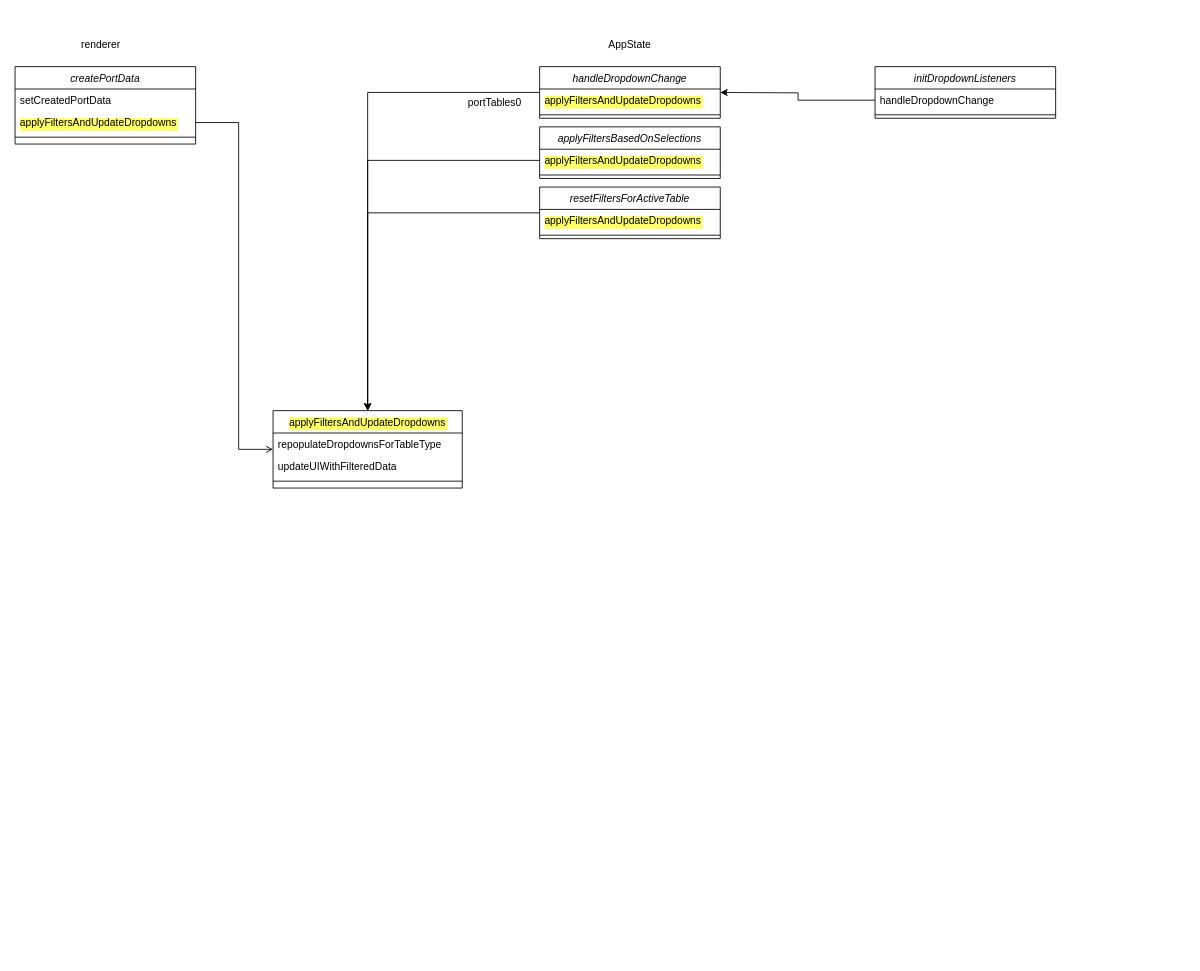
Above: images/Unbenanntes Diagramm.drawio in ORE01/Dashboard (draw.io), before the change. Source tidied: cells renumbered, new cells numbered last; positions are measured from the earlier drawing's top-left corner, leaving out a move shared by most shapes. Both pictures are drawn from the tidied source at 86%, with x=0, y=0 at pixel (15, 32).
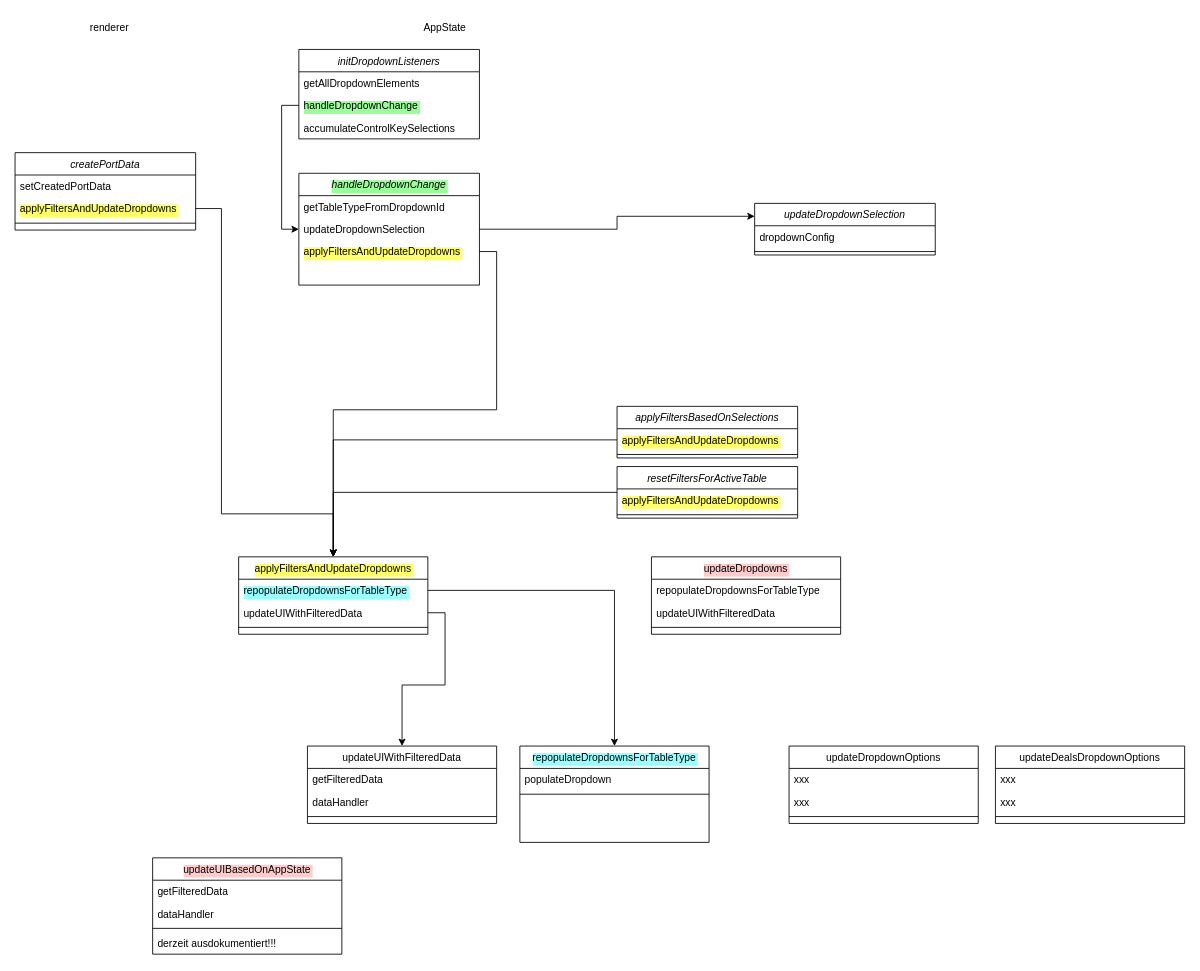
The same page after the edit.

The change refers to these unchanged cells:
```xml
<mxCell id="4" value="applyFiltersAndUpdateDropdowns" style="text;align=left;verticalAlign=top;spacingLeft=4;spacingRight=4;overflow=hidden;points=[[0,0.5],[1,0.5]];portConstraint=eastwest;rounded=0;shadow=0;html=0;labelBackgroundColor=#FFFF66;" parent="2" vertex="1">
  <mxGeometry y="52" width="210" height="26" as="geometry" />
</mxCell>
<mxCell id="8" value="updateUIWithFilteredData" style="text;align=left;verticalAlign=top;spacingLeft=4;spacingRight=4;overflow=hidden;points=[[0,0.5],[1,0.5]];portConstraint=eastwest;rounded=0;shadow=0;html=0;" parent="6" vertex="1">
  <mxGeometry y="52" width="220" height="26" as="geometry" />
</mxCell>
```

What changed in the source:
```diff
@@
     <mxCell id="2" value="createPortData" style="swimlane;fontStyle=2;align=center;verticalAlign=top;horizontal=1;startSize=26;rounded=0;shadow=0;strokeWidth=1;" parent="1" vertex="1">
-      <mxGeometry y="40" width="210" height="90" as="geometry" />
+      <mxGeometry y="140" width="210" height="90" as="geometry" />
     </mxCell>
@@
     <mxCell id="6" value="applyFiltersAndUpdateDropdowns" style="swimlane;fontStyle=0;align=center;verticalAlign=top;horizontal=1;startSize=26;rounded=0;shadow=0;strokeWidth=1;labelBackgroundColor=#FFFF66;" parent="1" vertex="1">
-      <mxGeometry x="300" y="440" width="220" height="90" as="geometry" />
+      <mxGeometry x="260" y="610" width="220" height="90" as="geometry" />
     </mxCell>
-    <mxCell id="7" value="repopulateDropdownsForTableType" style="text;align=left;verticalAlign=top;spacingLeft=4;spacingRight=4;overflow=hidden;points=[[0,0.5],[1,0.5]];portConstraint=eastwest;" parent="6" vertex="1">
+    <mxCell id="7" value="repopulateDropdownsForTableType" style="text;align=left;verticalAlign=top;spacingLeft=4;spacingRight=4;overflow=hidden;points=[[0,0.5],[1,0.5]];portConstraint=eastwest;labelBackgroundColor=#99FFFF;" parent="6" vertex="1">
       <mxGeometry y="26" width="220" height="26" as="geometry" />
     </mxCell>
@@
-    <mxCell id="10" style="endArrow=open;shadow=0;strokeWidth=1;rounded=0;curved=0;endFill=1;edgeStyle=elbowEdgeStyle;elbow=horizontal;entryX=0;entryY=0.5;entryDx=0;entryDy=0;" parent="1" edge="1" source="4" target="6">
-      <mxGeometry x="0.5" y="41" relative="1" as="geometry">
-        <Array as="points">
-          <mxPoint x="260" y="140" />
-        </Array>
-        <mxPoint x="-40" y="32" as="offset" />
-      </mxGeometry>
-    </mxCell>
-    <mxCell id="11" value="portTables0" style="align=right;verticalAlign=bottom;labelBackgroundColor=none;fontSize=12;" parent="10" vertex="1">
-      <mxGeometry x="1" relative="1" as="geometry">
-        <mxPoint x="290" y="-395" as="offset" />
-      </mxGeometry>
-    </mxCell>
-    <mxCell id="12" style="edgeStyle=orthogonalEdgeStyle;rounded=0;jettySize=auto;html=1;entryX=0.5;entryY=0;entryDx=0;entryDy=0;" parent="1" edge="1" source="13" target="6">
+    <mxCell id="12" style="edgeStyle=orthogonalEdgeStyle;rounded=0;jettySize=auto;html=1;entryX=0.5;entryY=0;entryDx=0;entryDy=0;exitX=1;exitY=0.5;exitDx=0;exitDy=0;" parent="1" edge="1" source="14" target="6">
       <mxGeometry relative="1" as="geometry" />
     </mxCell>
-    <mxCell id="13" value="handleDropdownChange" style="swimlane;fontStyle=2;align=center;verticalAlign=top;horizontal=1;startSize=26;rounded=0;shadow=0;strokeWidth=1;" parent="1" vertex="1">
-      <mxGeometry x="610" y="40" width="210" height="60" as="geometry" />
+    <mxCell id="13" value="handleDropdownChange" style="swimlane;fontStyle=2;align=center;verticalAlign=top;horizontal=1;startSize=26;rounded=0;shadow=0;strokeWidth=1;labelBackgroundColor=#99FF99;" parent="1" vertex="1">
+      <mxGeometry x="330" y="164" width="210" height="130" as="geometry" />
     </mxCell>
+    <mxCell id="30" value="getTableTypeFromDropdownId" style="text;align=left;verticalAlign=top;spacingLeft=4;spacingRight=4;overflow=hidden;labelBackgroundColor=none;" parent="13" vertex="1">
+      <mxGeometry y="26" width="210" height="26" as="geometry" />
+    </mxCell>
+    <mxCell id="31" value="updateDropdownSelection" style="text;align=left;verticalAlign=top;spacingLeft=4;spacingRight=4;overflow=hidden;points=[[0,0.5],[1,0.5]];portConstraint=eastwest;labelBackgroundColor=none;" parent="13" vertex="1">
+      <mxGeometry y="52" width="210" height="26" as="geometry" />
+    </mxCell>
     <mxCell id="14" value="applyFiltersAndUpdateDropdowns" style="text;align=left;verticalAlign=top;spacingLeft=4;spacingRight=4;overflow=hidden;points=[[0,0.5],[1,0.5]];portConstraint=eastwest;labelBackgroundColor=#FFFF66;" parent="13" vertex="1">
-      <mxGeometry y="26" width="210" height="26" as="geometry" />
+      <mxGeometry y="78" width="210" height="26" as="geometry" />
     </mxCell>
-    <mxCell id="15" style="line;html=1;strokeWidth=1;align=left;verticalAlign=middle;spacingTop=-1;spacingLeft=3;spacingRight=3;labelPosition=right;" parent="13" vertex="1">
-      <mxGeometry y="52" width="210" height="8" as="geometry" />
-    </mxCell>
     <mxCell id="16" value="applyFiltersBasedOnSelections" style="swimlane;fontStyle=2;align=center;verticalAlign=top;horizontal=1;startSize=26;rounded=0;shadow=0;strokeWidth=1;" parent="1" vertex="1">
-      <mxGeometry x="610" y="110" width="210" height="60" as="geometry" />
+      <mxGeometry x="700" y="435" width="210" height="60" as="geometry" />
     </mxCell>
@@
     <mxCell id="21" value="resetFiltersForActiveTable" style="swimlane;fontStyle=2;align=center;verticalAlign=top;horizontal=1;startSize=26;rounded=0;shadow=0;strokeWidth=1;" parent="1" vertex="1">
-      <mxGeometry x="610" y="180" width="210" height="60" as="geometry" />
+      <mxGeometry x="700" y="505" width="210" height="60" as="geometry" />
     </mxCell>
@@
     <mxCell id="24" value="renderer" style="text;strokeColor=none;align=center;fillColor=none;html=1;verticalAlign=middle;whiteSpace=wrap;rounded=0;" parent="1" vertex="1">
-      <mxGeometry x="70" width="60" height="30" as="geometry" />
+      <mxGeometry x="80" y="-20" width="60" height="30" as="geometry" />
     </mxCell>
     <mxCell id="25" value="AppState" style="text;strokeColor=none;align=center;fillColor=none;html=1;verticalAlign=middle;whiteSpace=wrap;rounded=0;" parent="1" vertex="1">
-      <mxGeometry x="685" width="60" height="30" as="geometry" />
+      <mxGeometry x="470" y="-20" width="60" height="30" as="geometry" />
     </mxCell>
     <mxCell id="26" value="initDropdownListeners" style="swimlane;fontStyle=2;align=center;verticalAlign=top;horizontal=1;startSize=26;rounded=0;shadow=0;strokeWidth=1;" parent="1" vertex="1">
-      <mxGeometry x="1000" y="40" width="210" height="60" as="geometry" />
+      <mxGeometry x="330" y="20" width="210" height="104" as="geometry" />
     </mxCell>
+    <mxCell id="32" value="getAllDropdownElements" style="text;align=left;verticalAlign=top;spacingLeft=4;spacingRight=4;overflow=hidden;" parent="26" vertex="1">
+      <mxGeometry y="26" width="210" height="26" as="geometry" />
+    </mxCell>
-    <mxCell id="27" value="handleDropdownChange" style="text;align=left;verticalAlign=top;spacingLeft=4;spacingRight=4;overflow=hidden;points=[[0,0.5],[1,0.5]];portConstraint=eastwest;" parent="26" vertex="1">
-      <mxGeometry y="26" width="210" height="26" as="geometry" />
+    <mxCell id="27" value="handleDropdownChange" style="text;align=left;verticalAlign=top;spacingLeft=4;spacingRight=4;overflow=hidden;points=[[0,0.5],[1,0.5]];portConstraint=eastwest;labelBackgroundColor=#99FF99;" parent="26" vertex="1">
+      <mxGeometry y="52" width="210" height="26" as="geometry" />
     </mxCell>
-    <mxCell id="28" style="line;html=1;strokeWidth=1;align=left;verticalAlign=middle;spacingTop=-1;spacingLeft=3;spacingRight=3;labelPosition=right;" parent="26" vertex="1">
-      <mxGeometry y="52" width="210" height="8" as="geometry" />
-    </mxCell>
+    <mxCell id="33" value="accumulateControlKeySelections" style="text;align=left;verticalAlign=top;spacingLeft=4;spacingRight=4;overflow=hidden;" parent="26" vertex="1">
+      <mxGeometry y="78" width="210" height="26" as="geometry" />
+    </mxCell>
-    <mxCell id="29" style="edgeStyle=orthogonalEdgeStyle;rounded=0;jettySize=auto;html=1;exitX=0;exitY=0.5;exitDx=0;exitDy=0;" parent="1" edge="1" source="27">
-      <mxGeometry relative="1" as="geometry">
-        <mxPoint x="820" y="70" as="targetPoint" />
-      </mxGeometry>
+    <mxCell id="29" style="edgeStyle=orthogonalEdgeStyle;rounded=0;jettySize=auto;html=1;entryX=0;entryY=0.5;entryDx=0;entryDy=0;" parent="1" edge="1" source="27" target="31">
+      <mxGeometry relative="1" as="geometry" />
     </mxCell>
+    <mxCell id="34" value="updateDropdownSelection" style="swimlane;fontStyle=2;align=center;verticalAlign=top;horizontal=1;startSize=26;rounded=0;shadow=0;strokeWidth=1;" parent="1" vertex="1">
+      <mxGeometry x="860" y="199" width="210" height="60" as="geometry" />
+    </mxCell>
+    <mxCell id="35" value="dropdownConfig" style="text;align=left;verticalAlign=top;spacingLeft=4;spacingRight=4;overflow=hidden;" parent="34" vertex="1">
+      <mxGeometry y="26" width="210" height="26" as="geometry" />
+    </mxCell>
+    <mxCell id="36" style="line;html=1;strokeWidth=1;align=left;verticalAlign=middle;spacingTop=-1;spacingLeft=3;spacingRight=3;labelPosition=right;" parent="34" vertex="1">
+      <mxGeometry y="52" width="210" height="8" as="geometry" />
+    </mxCell>
+    <mxCell id="10" style="edgeStyle=orthogonalEdgeStyle;rounded=0;jettySize=auto;html=1;entryX=0.5;entryY=0;entryDx=0;entryDy=0;" parent="1" edge="1" source="4" target="6">
+      <mxGeometry relative="1" as="geometry">
+        <Array as="points">
+          <mxPoint x="240" y="205" />
+          <mxPoint x="240" y="560" />
+          <mxPoint x="370" y="560" />
+        </Array>
+      </mxGeometry>
+    </mxCell>
+    <mxCell id="37" value="updateDropdowns" style="swimlane;fontStyle=0;align=center;verticalAlign=top;horizontal=1;startSize=26;rounded=0;shadow=0;strokeWidth=1;labelBackgroundColor=#FFCCCC;" parent="1" vertex="1">
+      <mxGeometry x="740" y="610" width="220" height="90" as="geometry" />
+    </mxCell>
+    <mxCell id="38" value="repopulateDropdownsForTableType" style="text;align=left;verticalAlign=top;spacingLeft=4;spacingRight=4;overflow=hidden;" parent="37" vertex="1">
+      <mxGeometry y="26" width="220" height="26" as="geometry" />
+    </mxCell>
+    <mxCell id="39" value="updateUIWithFilteredData" style="text;align=left;verticalAlign=top;spacingLeft=4;spacingRight=4;overflow=hidden;rounded=0;shadow=0;html=0;" parent="37" vertex="1">
+      <mxGeometry y="52" width="220" height="26" as="geometry" />
+    </mxCell>
+    <mxCell id="40" style="line;html=1;strokeWidth=1;align=left;verticalAlign=middle;spacingTop=-1;spacingLeft=3;spacingRight=3;labelPosition=right;" parent="37" vertex="1">
+      <mxGeometry y="78" width="220" height="8" as="geometry" />
+    </mxCell>
+    <mxCell id="41" value="updateDropdownOptions" style="swimlane;fontStyle=0;align=center;verticalAlign=top;horizontal=1;startSize=26;rounded=0;shadow=0;strokeWidth=1;labelBackgroundColor=none;" parent="1" vertex="1">
+      <mxGeometry x="900" y="830" width="220" height="90" as="geometry" />
+    </mxCell>
+    <mxCell id="42" value="xxx" style="text;align=left;verticalAlign=top;spacingLeft=4;spacingRight=4;overflow=hidden;" parent="41" vertex="1">
+      <mxGeometry y="26" width="220" height="26" as="geometry" />
+    </mxCell>
+    <mxCell id="43" value="xxx" style="text;align=left;verticalAlign=top;spacingLeft=4;spacingRight=4;overflow=hidden;rounded=0;shadow=0;html=0;" parent="41" vertex="1">
+      <mxGeometry y="52" width="220" height="26" as="geometry" />
+    </mxCell>
+    <mxCell id="44" style="line;html=1;strokeWidth=1;align=left;verticalAlign=middle;spacingTop=-1;spacingLeft=3;spacingRight=3;labelPosition=right;" parent="41" vertex="1">
+      <mxGeometry y="78" width="220" height="8" as="geometry" />
+    </mxCell>
+    <mxCell id="45" value="updateUIWithFilteredData" style="swimlane;fontStyle=0;align=center;verticalAlign=top;horizontal=1;startSize=26;rounded=0;shadow=0;strokeWidth=1;labelBackgroundColor=none;" parent="1" vertex="1">
+      <mxGeometry x="340" y="830" width="220" height="90" as="geometry" />
+    </mxCell>
+    <mxCell id="46" value="getFilteredData" style="text;align=left;verticalAlign=top;spacingLeft=4;spacingRight=4;overflow=hidden;" parent="45" vertex="1">
+      <mxGeometry y="26" width="220" height="26" as="geometry" />
+    </mxCell>
+    <mxCell id="47" value="dataHandler" style="text;align=left;verticalAlign=top;spacingLeft=4;spacingRight=4;overflow=hidden;rounded=0;shadow=0;html=0;" parent="45" vertex="1">
+      <mxGeometry y="52" width="220" height="26" as="geometry" />
+    </mxCell>
+    <mxCell id="48" style="line;html=1;strokeWidth=1;align=left;verticalAlign=middle;spacingTop=-1;spacingLeft=3;spacingRight=3;labelPosition=right;" parent="45" vertex="1">
+      <mxGeometry y="78" width="220" height="8" as="geometry" />
+    </mxCell>
+    <mxCell id="49" value="updateDealsDropdownOptions" style="swimlane;fontStyle=0;align=center;verticalAlign=top;horizontal=1;startSize=26;rounded=0;shadow=0;strokeWidth=1;labelBackgroundColor=none;" parent="1" vertex="1">
+      <mxGeometry x="1140" y="830" width="220" height="90" as="geometry" />
+    </mxCell>
+    <mxCell id="50" value="xxx" style="text;align=left;verticalAlign=top;spacingLeft=4;spacingRight=4;overflow=hidden;" parent="49" vertex="1">
+      <mxGeometry y="26" width="220" height="26" as="geometry" />
+    </mxCell>
+    <mxCell id="51" value="xxx" style="text;align=left;verticalAlign=top;spacingLeft=4;spacingRight=4;overflow=hidden;rounded=0;shadow=0;html=0;" parent="49" vertex="1">
+      <mxGeometry y="52" width="220" height="26" as="geometry" />
+    </mxCell>
+    <mxCell id="52" style="line;html=1;strokeWidth=1;align=left;verticalAlign=middle;spacingTop=-1;spacingLeft=3;spacingRight=3;labelPosition=right;" parent="49" vertex="1">
+      <mxGeometry y="78" width="220" height="8" as="geometry" />
+    </mxCell>
+    <mxCell id="53" value="updateUIBasedOnAppState" style="swimlane;fontStyle=0;align=center;verticalAlign=top;horizontal=1;startSize=26;rounded=0;shadow=0;strokeWidth=1;labelBackgroundColor=#FFCCCC;" parent="1" vertex="1">
+      <mxGeometry x="160" y="960" width="220" height="112" as="geometry" />
+    </mxCell>
+    <mxCell id="54" value="getFilteredData" style="text;align=left;verticalAlign=top;spacingLeft=4;spacingRight=4;overflow=hidden;" parent="53" vertex="1">
+      <mxGeometry y="26" width="220" height="26" as="geometry" />
+    </mxCell>
+    <mxCell id="55" value="dataHandler" style="text;align=left;verticalAlign=top;spacingLeft=4;spacingRight=4;overflow=hidden;rounded=0;shadow=0;html=0;" parent="53" vertex="1">
+      <mxGeometry y="52" width="220" height="26" as="geometry" />
+    </mxCell>
+    <mxCell id="56" style="line;html=1;strokeWidth=1;align=left;verticalAlign=middle;spacingTop=-1;spacingLeft=3;spacingRight=3;labelPosition=right;" parent="53" vertex="1">
+      <mxGeometry y="78" width="220" height="8" as="geometry" />
+    </mxCell>
+    <mxCell id="57" value="derzeit ausdokumentiert!!!" style="text;align=left;verticalAlign=top;spacingLeft=4;spacingRight=4;overflow=hidden;rounded=0;shadow=0;html=0;" parent="53" vertex="1">
+      <mxGeometry y="86" width="220" height="26" as="geometry" />
+    </mxCell>
+    <mxCell id="58" value="repopulateDropdownsForTableType" style="swimlane;fontStyle=0;align=center;verticalAlign=top;horizontal=1;startSize=26;rounded=0;shadow=0;strokeWidth=1;labelBackgroundColor=#99FFFF;" parent="1" vertex="1">
+      <mxGeometry x="587" y="830" width="220" height="112" as="geometry" />
+    </mxCell>
+    <mxCell id="59" value="populateDropdown" style="text;align=left;verticalAlign=top;spacingLeft=4;spacingRight=4;overflow=hidden;" parent="58" vertex="1">
+      <mxGeometry y="26" width="220" height="26" as="geometry" />
+    </mxCell>
+    <mxCell id="60" style="line;html=1;strokeWidth=1;align=left;verticalAlign=middle;spacingTop=-1;spacingLeft=3;spacingRight=3;labelPosition=right;" parent="58" vertex="1">
+      <mxGeometry y="52" width="220" height="8" as="geometry" />
+    </mxCell>
+    <mxCell id="61" style="edgeStyle=orthogonalEdgeStyle;rounded=0;jettySize=auto;html=1;entryX=0;entryY=0.25;entryDx=0;entryDy=0;" parent="1" edge="1" source="31" target="34">
+      <mxGeometry relative="1" as="geometry" />
+    </mxCell>
+    <mxCell id="62" style="edgeStyle=orthogonalEdgeStyle;rounded=0;jettySize=auto;html=1;entryX=0.5;entryY=0;entryDx=0;entryDy=0;exitX=1;exitY=0.5;exitDx=0;exitDy=0;" parent="1" edge="1" source="7" target="58">
+      <mxGeometry relative="1" as="geometry" />
+    </mxCell>
+    <mxCell id="63" style="edgeStyle=orthogonalEdgeStyle;rounded=0;jettySize=auto;html=1;entryX=0.5;entryY=0;entryDx=0;entryDy=0;" parent="1" edge="1" source="8" target="45">
+      <mxGeometry relative="1" as="geometry" />
+    </mxCell>
```
